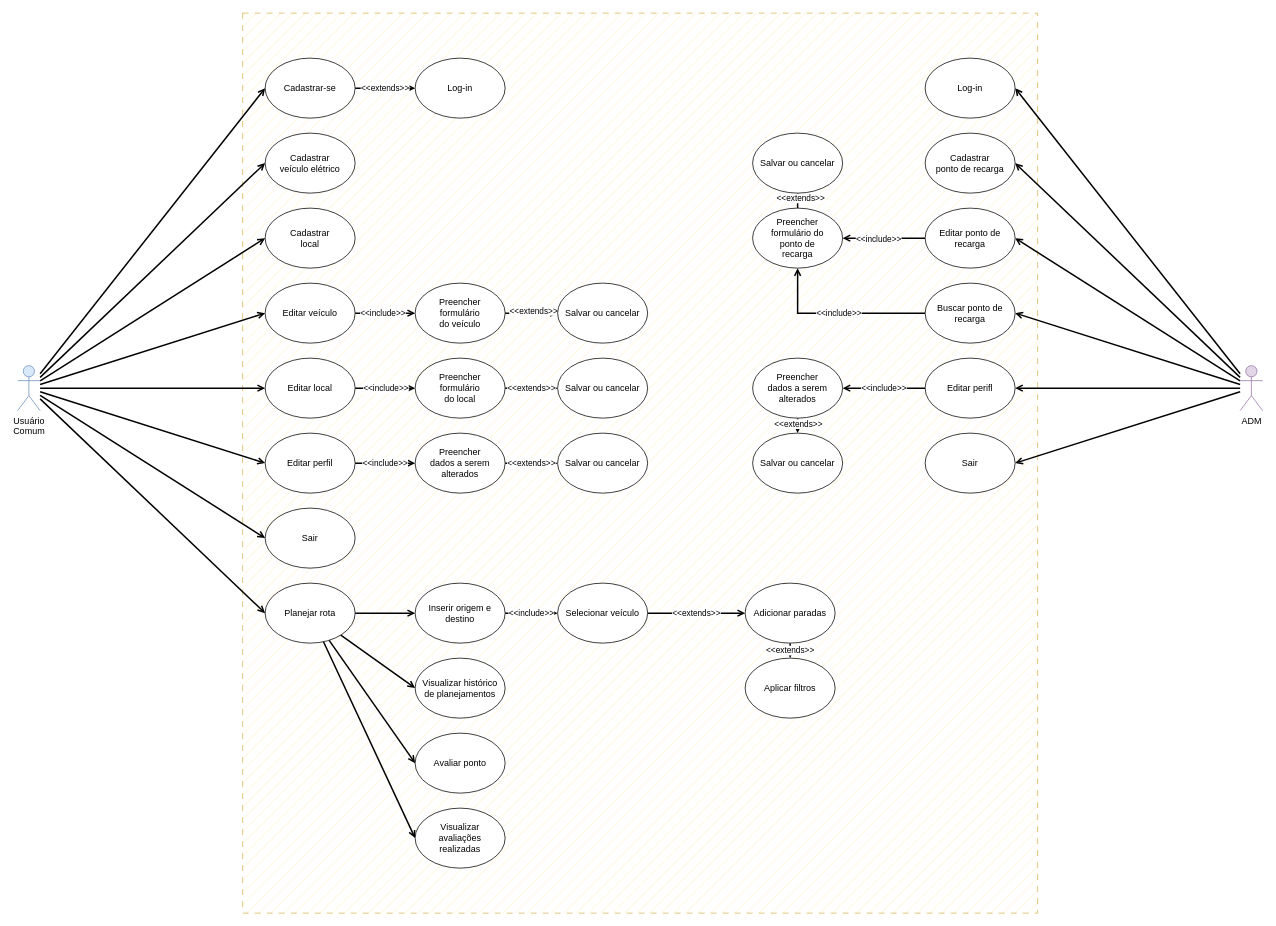
The draw.io diagram diagramasMDN/Diagrama de Caso de Uso/CasoDeUso.drawio in Felipe-Parolin/PI_2s2025_TA_Grupo_07_-_HelioMax, before the edit. Source tidied: cells renumbered, new cells numbered last; positions are measured from the earlier drawing's top-left corner, leaving out a move shared by most shapes. Both pictures are drawn from the tidied source at 75%, with x=0, y=0 at pixel (17, 13).
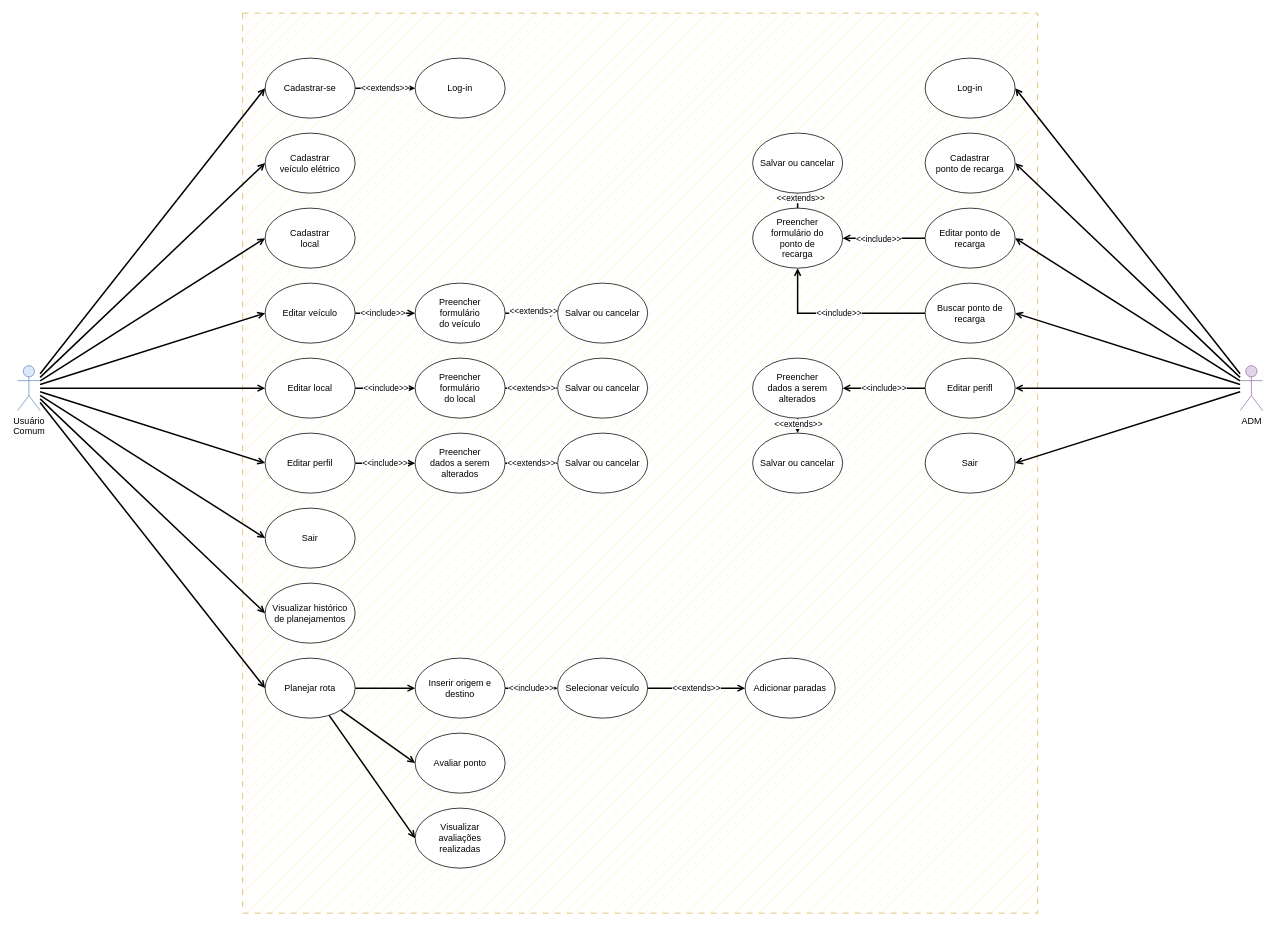
The same page after the edit.

The change refers to these unchanged cells:
```xml
<mxCell id="11" value="Usuário&lt;br&gt;Comum" style="shape=umlActor;verticalLabelPosition=bottom;verticalAlign=top;html=1;outlineConnect=0;fontStyle=0;fontFamily=Arial;rounded=0;fillColor=#dae8fc;strokeColor=#6c8ebf;" parent="1" vertex="1">
  <mxGeometry y="470" width="30" height="60" as="geometry" />
</mxCell>
```

Diff of the diagram source:
```diff
@@
+    <mxCell id="76" style="rounded=0;jettySize=auto;html=1;entryX=0;entryY=0.5;entryDx=0;entryDy=0;endArrow=open;endFill=0;strokeWidth=2;" parent="1" edge="1" source="11" target="66">
+      <mxGeometry relative="1" as="geometry" />
+    </mxCell>
@@
-    <mxCell id="61" style="rounded=0;jettySize=auto;html=1;endArrow=open;endFill=0;strokeWidth=2;entryX=0;entryY=0.5;entryDx=0;entryDy=0;" parent="1" edge="1" source="65" target="66">
-      <mxGeometry relative="1" as="geometry" />
-    </mxCell>
@@
     <mxCell id="65" value="Planejar rota" style="ellipse;whiteSpace=wrap;html=1;rounded=0;fontFamily=Arial;" parent="1" vertex="1">
-      <mxGeometry x="330" y="760" width="120" height="80" as="geometry" />
+      <mxGeometry x="330" y="860" width="120" height="80" as="geometry" />
     </mxCell>
     <mxCell id="66" value="Visualizar histórico &lt;br&gt;de planejamentos" style="ellipse;whiteSpace=wrap;html=1;rounded=0;fontFamily=Arial;" parent="1" vertex="1">
-      <mxGeometry x="530" y="860" width="120" height="80" as="geometry" />
+      <mxGeometry x="330" y="760" width="120" height="80" as="geometry" />
     </mxCell>
@@
     <mxCell id="70" value="Inserir origem e destino" style="ellipse;whiteSpace=wrap;html=1;rounded=0;fontFamily=Arial;" parent="1" vertex="1">
-      <mxGeometry x="530" y="760" width="120" height="80" as="geometry" />
+      <mxGeometry x="530" y="860" width="120" height="80" as="geometry" />
     </mxCell>
@@
     <mxCell id="72" value="Selecionar veículo" style="ellipse;whiteSpace=wrap;html=1;rounded=0;fontFamily=Arial;" parent="1" vertex="1">
-      <mxGeometry x="720" y="760" width="120" height="80" as="geometry" />
+      <mxGeometry x="720" y="860" width="120" height="80" as="geometry" />
     </mxCell>
-    <mxCell id="73" value="&amp;lt;&amp;lt;extends&amp;gt;&amp;gt;" style="rounded=0;jettySize=auto;html=1;endArrow=open;endFill=0;strokeWidth=2;" parent="1" edge="1" source="74" target="75">
-      <mxGeometry relative="1" as="geometry" />
-    </mxCell>
     <mxCell id="74" value="Adicionar paradas" style="ellipse;whiteSpace=wrap;html=1;rounded=0;fontFamily=Arial;" parent="1" vertex="1">
-      <mxGeometry x="970" y="760" width="120" height="80" as="geometry" />
+      <mxGeometry x="970" y="860" width="120" height="80" as="geometry" />
     </mxCell>
-    <mxCell id="75" value="Aplicar filtros" style="ellipse;whiteSpace=wrap;html=1;rounded=0;fontFamily=Arial;" parent="1" vertex="1">
-      <mxGeometry x="970" y="860" width="120" height="80" as="geometry" />
-    </mxCell>
```
